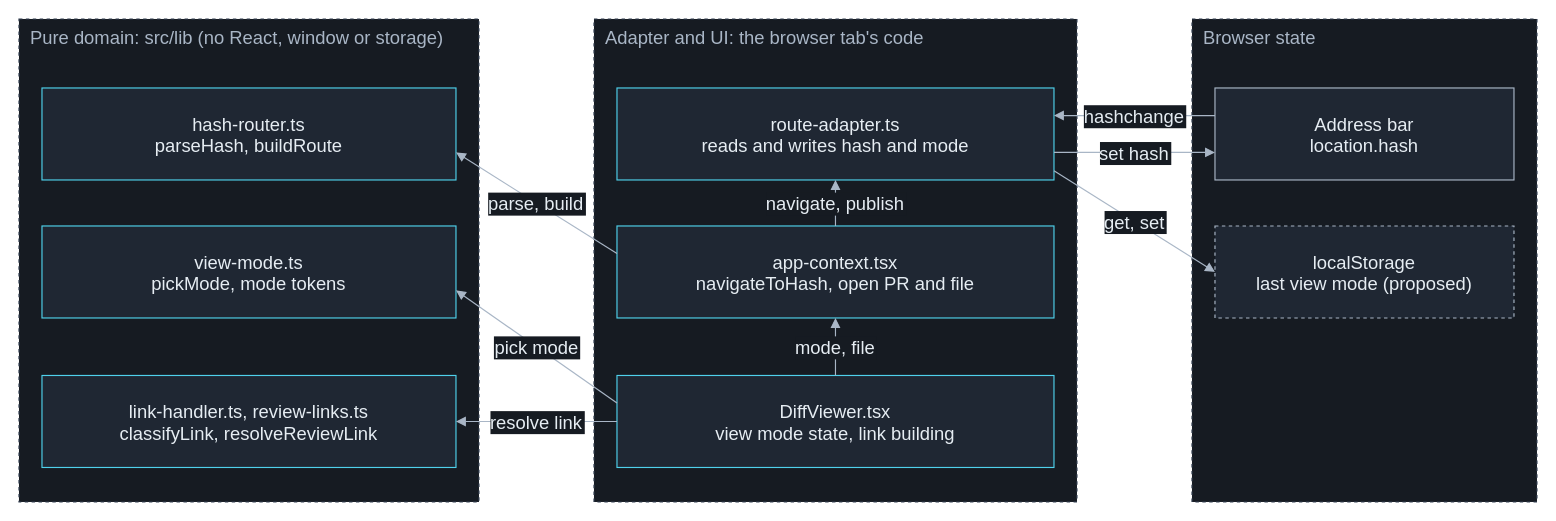
The draw.io diagram docs/assets/diagrams/l2-links-routing.drawio in mardoc-app/mardoc-app.github.io, before the edit. Source tidied: cells renumbered, new cells numbered last; positions are measured from the earlier drawing's top-left corner, leaving out a move shared by most shapes. Both pictures are drawn from the tidied source at 115%, with x=0, y=0 at pixel (18, 18).
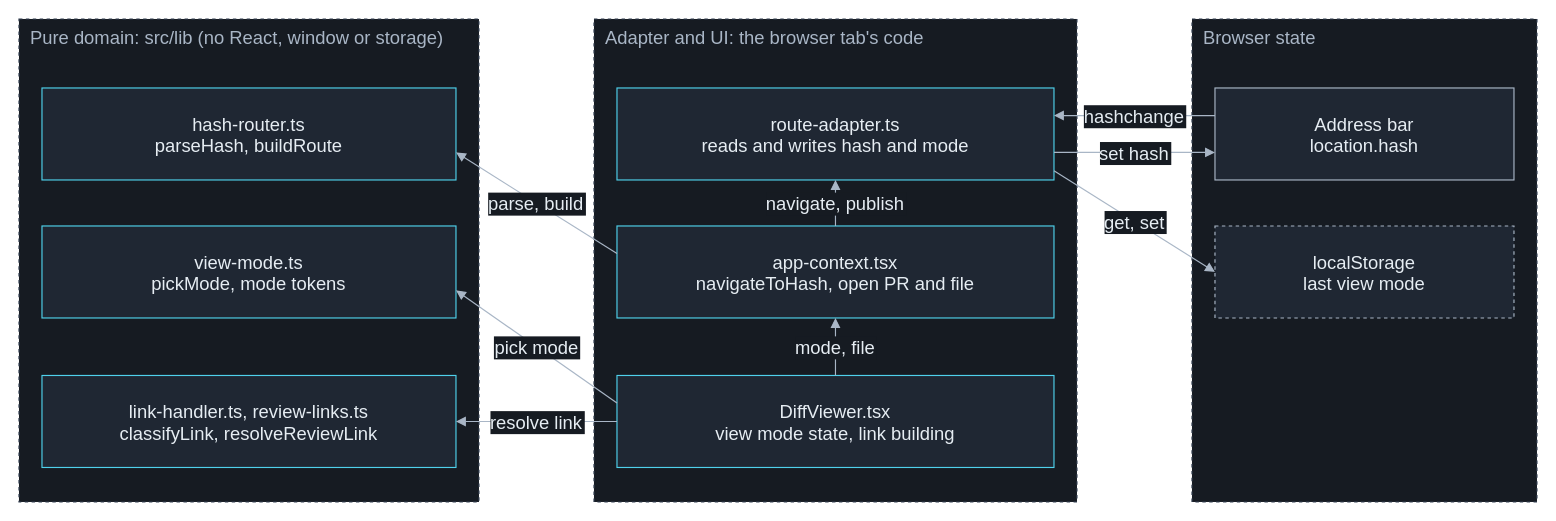
The same diagram, later.

Commit message (it also covers changes not shown here):
WP-13: Copy link carries the shown view mode; a blob link opens in code view with mode=source (F-86, F-87, F-88)

What changed in the source:
```diff
@@
-    <mxCell id="12" value="localStorage&#10;last view mode (proposed)" style="rounded=0;html=0;fillColor=#1f2733;strokeColor=#a9b6c6;fontColor=#e6edf3;fontSize=16;dashed=1;" parent="1" vertex="1">
+    <mxCell id="12" value="localStorage&#10;last view mode" style="rounded=0;html=0;fillColor=#1f2733;strokeColor=#a9b6c6;fontColor=#e6edf3;fontSize=16;dashed=1;" parent="1" vertex="1">
       <mxGeometry x="1040" y="180" width="260" height="80" as="geometry" />
     </mxCell>
```
